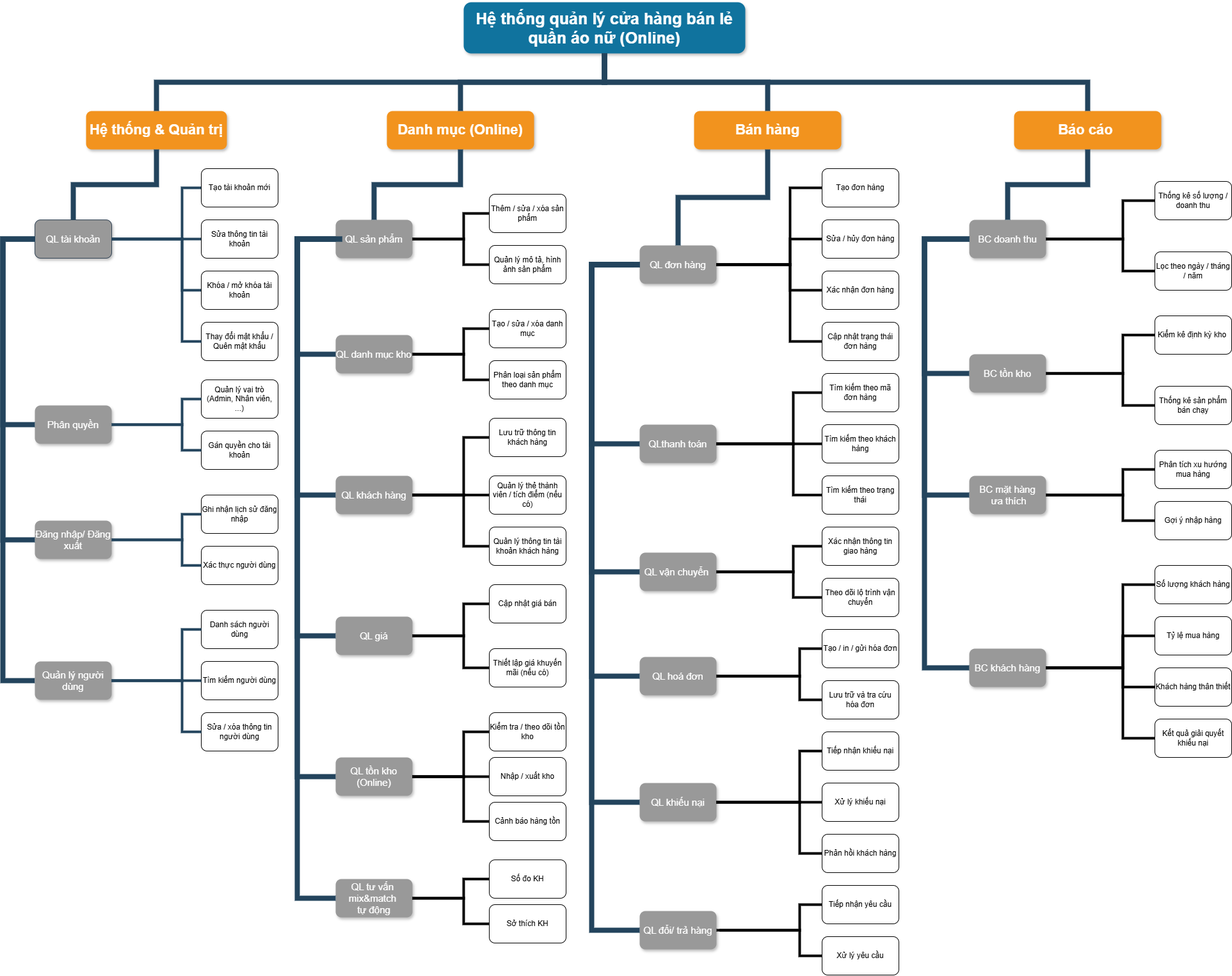
This is clothesShop.drawio.png from Vulien/Diagram, a draw.io export, as it was before one commit. Source tidied: cells renumbered, new cells last; positions are measured from the earlier drawing's top-left corner, leaving out a move shared by most shapes.
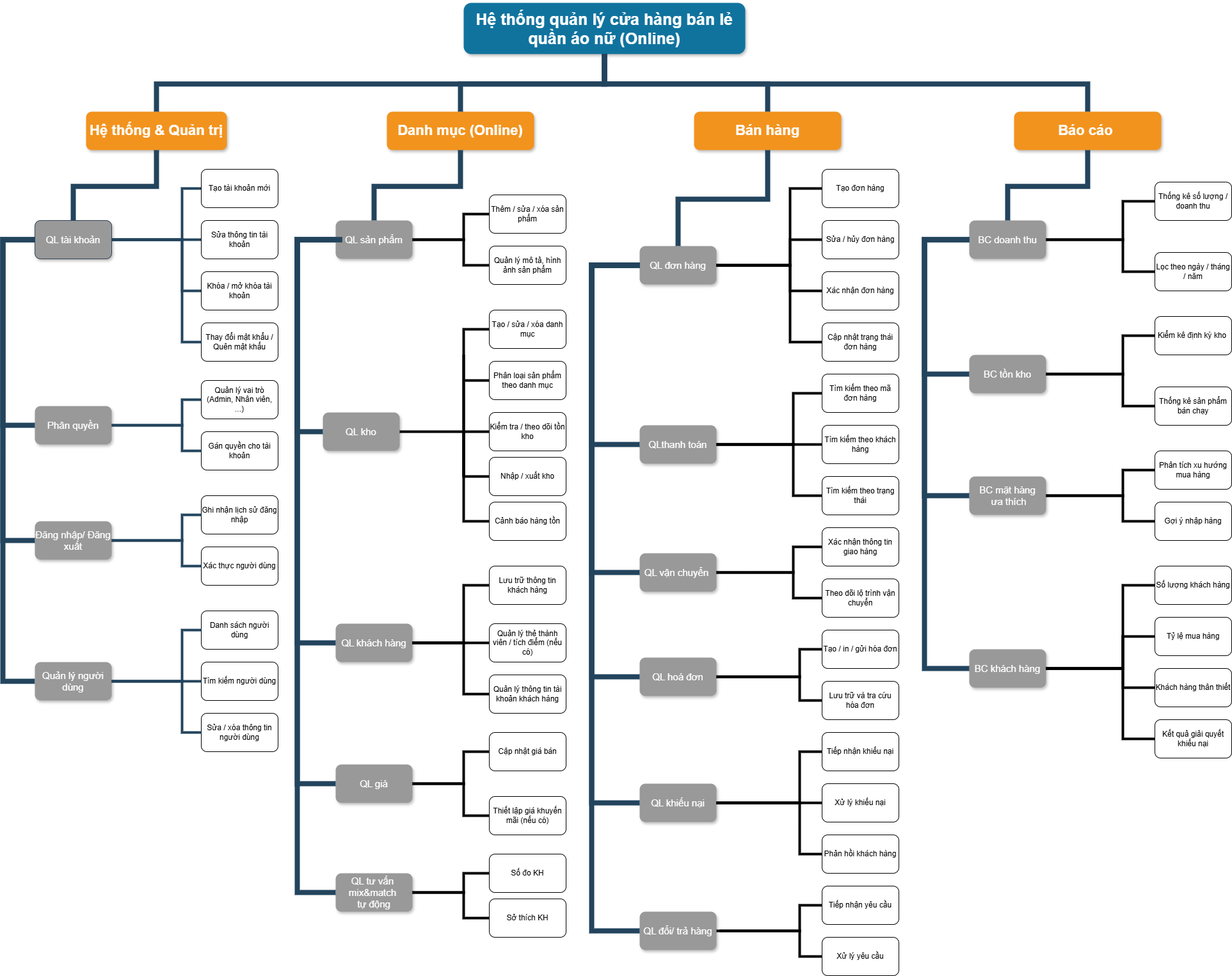
After the commit.

Commit message:
Cập nhật clothesShop.drawio.png

Change to the diagram source:
```diff
@@ -29,18 +29,15 @@
     <mxCell id="10" value="QL sản phẩm" style="whiteSpace=wrap;rounded=1;fillColor=light-dark(#999999, #0e919b);strokeColor=none;shadow=1;fontColor=#FFFFFF;fontSize=15;" parent="1" vertex="1">
       <mxGeometry x="620" y="340" width="120" height="60" as="geometry" />
     </mxCell>
-    <mxCell id="11" value="QL danh mục kho" style="whiteSpace=wrap;rounded=1;fillColor=#999999;strokeColor=none;shadow=1;fontColor=#FFFFFF;fontStyle=0;fontSize=15;" parent="1" vertex="1">
-      <mxGeometry x="620" y="520" width="120" height="60" as="geometry" />
+    <mxCell id="11" value="QL kho" style="whiteSpace=wrap;rounded=1;fillColor=#999999;strokeColor=none;shadow=1;fontColor=#FFFFFF;fontStyle=0;fontSize=15;" parent="1" vertex="1">
+      <mxGeometry x="600" y="640" width="120" height="60" as="geometry" />
     </mxCell>
     <mxCell id="12" value="QL khách hàng" style="whiteSpace=wrap;rounded=1;fillColor=#999999;strokeColor=none;shadow=1;fontColor=#FFFFFF;fontStyle=0;fontSize=15;" parent="1" vertex="1">
-      <mxGeometry x="620" y="740" width="120" height="60" as="geometry" />
+      <mxGeometry x="620" y="970" width="120" height="60" as="geometry" />
     </mxCell>
     <mxCell id="13" value="QL giá" style="whiteSpace=wrap;rounded=1;fillColor=#999999;strokeColor=none;shadow=1;fontColor=#FFFFFF;fontStyle=0;fontSize=15;" parent="1" vertex="1">
-      <mxGeometry x="620" y="960" width="120" height="60" as="geometry" />
+      <mxGeometry x="620" y="1190" width="120" height="60" as="geometry" />
     </mxCell>
-    <mxCell id="14" value="QL tồn kho (Online)" style="whiteSpace=wrap;rounded=1;fillColor=#999999;strokeColor=none;shadow=1;fontColor=#FFFFFF;fontStyle=0;fontSize=15;" parent="1" vertex="1">
-      <mxGeometry x="620" y="1180" width="120" height="60" as="geometry" />
-    </mxCell>
     <mxCell id="15" style="edgeStyle=elbowEdgeStyle;elbow=vertical;rounded=0;fontColor=#000000;endArrow=none;endFill=0;strokeWidth=8;strokeColor=#23445D;" parent="1" edge="1" source="3" target="7">
       <mxGeometry relative="1" as="geometry" />
     </mxCell>
@@ -88,16 +85,6 @@
         </Array>
       </mxGeometry>
     </mxCell>
-    <mxCell id="21" style="edgeStyle=elbowEdgeStyle;elbow=horizontal;rounded=0;fontColor=#000000;endArrow=none;endFill=0;strokeWidth=8;strokeColor=#23445D;" parent="1" edge="1" source="10" target="14">
-      <mxGeometry relative="1" as="geometry">
-        <Array as="points">
-          <mxPoint x="560" y="490" />
-          <mxPoint x="580" y="560" />
-          <mxPoint x="880" y="940" />
-          <mxPoint x="800" y="1150" />
-        </Array>
-      </mxGeometry>
-    </mxCell>
     <mxCell id="22" style="edgeStyle=elbowEdgeStyle;elbow=horizontal;rounded=0;fontColor=#000000;endArrow=none;endFill=0;strokeWidth=8;strokeColor=#23445D;" parent="1" edge="1" target="13">
       <mxGeometry relative="1" as="geometry">
         <mxPoint x="630" y="370" as="sourcePoint" />
@@ -281,6 +268,7 @@
     <mxCell id="61" style="endArrow=none;html=1;rounded=0;exitX=1;exitY=0.5;exitDx=0;exitDy=0;strokeWidth=4;entryX=0;entryY=0.5;entryDx=0;entryDy=0;" parent="1" edge="1" source="11" target="63">
       <mxGeometry relative="1" as="geometry">
         <Array as="points">
+          <mxPoint x="820" y="670" />
           <mxPoint x="820" y="550" />
           <mxPoint x="820" y="510" />
         </Array>
@@ -288,7 +276,7 @@
     </mxCell>
     <mxCell id="62" style="endArrow=none;html=1;rounded=0;strokeWidth=4;entryX=0;entryY=0.5;entryDx=0;entryDy=0;" parent="1" edge="1" target="64">
       <mxGeometry relative="1" as="geometry">
-        <mxPoint x="740" y="550" as="sourcePoint" />
+        <mxPoint x="820" y="670" as="sourcePoint" />
         <Array as="points">
           <mxPoint x="820" y="550" />
           <mxPoint x="820" y="590" />
@@ -304,77 +292,80 @@
     <mxCell id="65" style="endArrow=none;html=1;rounded=0;strokeWidth=4;exitX=1;exitY=0.5;exitDx=0;exitDy=0;" parent="1" edge="1" source="12" target="68">
       <mxGeometry relative="1" as="geometry">
         <Array as="points">
-          <mxPoint x="820" y="770" />
+          <mxPoint x="820" y="1000" />
         </Array>
       </mxGeometry>
     </mxCell>
     <mxCell id="66" style="endArrow=none;html=1;rounded=0;strokeWidth=4;exitX=1;exitY=0.5;exitDx=0;exitDy=0;entryX=0;entryY=0.5;entryDx=0;entryDy=0;" parent="1" edge="1" source="12" target="67">
       <mxGeometry relative="1" as="geometry">
         <Array as="points">
-          <mxPoint x="820" y="770" />
-          <mxPoint x="820" y="680" />
+          <mxPoint x="820" y="1000" />
+          <mxPoint x="820" y="910" />
         </Array>
       </mxGeometry>
     </mxCell>
     <mxCell id="67" value="Lưu trữ thông tin khách hàng" style="rounded=1;whiteSpace=wrap;html=1;" parent="1" vertex="1">
-      <mxGeometry x="860" y="650" width="120" height="60" as="geometry" />
+      <mxGeometry x="860" y="880" width="120" height="60" as="geometry" />
     </mxCell>
     <mxCell id="68" value="Quản lý thẻ thành viên / tích điểm (nếu có)" style="rounded=1;whiteSpace=wrap;html=1;" parent="1" vertex="1">
-      <mxGeometry x="860" y="740" width="120" height="60" as="geometry" />
+      <mxGeometry x="860" y="970" width="120" height="60" as="geometry" />
     </mxCell>
     <mxCell id="69" style="endArrow=none;html=1;rounded=0;exitX=1;exitY=0.5;exitDx=0;exitDy=0;strokeWidth=4;entryX=0;entryY=0.5;entryDx=0;entryDy=0;" parent="1" edge="1" source="13" target="71">
       <mxGeometry relative="1" as="geometry">
         <Array as="points">
-          <mxPoint x="820" y="990" />
-          <mxPoint x="820" y="940" />
+          <mxPoint x="820" y="1220" />
+          <mxPoint x="820" y="1170" />
         </Array>
       </mxGeometry>
     </mxCell>
     <mxCell id="70" style="endArrow=none;html=1;rounded=0;exitX=1;exitY=0.5;exitDx=0;exitDy=0;strokeWidth=4;entryX=0;entryY=0.5;entryDx=0;entryDy=0;" parent="1" edge="1" source="13" target="72">
       <mxGeometry relative="1" as="geometry">
         <Array as="points">
-          <mxPoint x="820" y="990" />
-          <mxPoint x="820" y="1040" />
+          <mxPoint x="820" y="1220" />
+          <mxPoint x="820" y="1270" />
         </Array>
       </mxGeometry>
     </mxCell>
     <mxCell id="71" value="Cập nhật giá bán" style="rounded=1;whiteSpace=wrap;html=1;" parent="1" vertex="1">
-      <mxGeometry x="860" y="910" width="120" height="60" as="geometry" />
+      <mxGeometry x="860" y="1140" width="120" height="60" as="geometry" />
     </mxCell>
     <mxCell id="72" value="Thiết lập giá khuyến mãi (nếu có)" style="rounded=1;whiteSpace=wrap;html=1;" parent="1" vertex="1">
-      <mxGeometry x="860" y="1010" width="120" height="60" as="geometry" />
+      <mxGeometry x="860" y="1240" width="120" height="60" as="geometry" />
     </mxCell>
-    <mxCell id="73" style="endArrow=none;html=1;rounded=0;strokeWidth=4;exitX=1;exitY=0.5;exitDx=0;exitDy=0;entryX=0;entryY=0.5;entryDx=0;entryDy=0;" parent="1" edge="1" source="14" target="78">
+    <mxCell id="73" style="endArrow=none;html=1;rounded=0;strokeWidth=4;entryX=0;entryY=0.5;entryDx=0;entryDy=0;" parent="1" edge="1" target="78">
       <mxGeometry relative="1" as="geometry">
+        <mxPoint x="820" y="670" as="sourcePoint" />
         <Array as="points">
-          <mxPoint x="820" y="1210" />
-          <mxPoint x="820" y="1280" />
+          <mxPoint x="820" y="740" />
+          <mxPoint x="820" y="810" />
         </Array>
       </mxGeometry>
     </mxCell>
-    <mxCell id="74" style="endArrow=none;html=1;rounded=0;exitX=1;exitY=0.5;exitDx=0;exitDy=0;strokeWidth=4;entryX=0;entryY=0.5;entryDx=0;entryDy=0;" parent="1" edge="1" source="14" target="76">
+    <mxCell id="74" style="endArrow=none;html=1;rounded=0;strokeWidth=4;entryX=0;entryY=0.5;entryDx=0;entryDy=0;" parent="1" edge="1" target="76">
       <mxGeometry relative="1" as="geometry">
+        <mxPoint x="820" y="670" as="sourcePoint" />
         <Array as="points">
-          <mxPoint x="820" y="1210" />
-          <mxPoint x="820" y="1140" />
+          <mxPoint x="820" y="740" />
+          <mxPoint x="820" y="670" />
         </Array>
       </mxGeometry>
     </mxCell>
-    <mxCell id="75" style="endArrow=none;html=1;rounded=0;strokeWidth=4;exitX=1;exitY=0.5;exitDx=0;exitDy=0;entryX=0;entryY=0.5;entryDx=0;entryDy=0;" parent="1" edge="1" source="14" target="77">
+    <mxCell id="75" style="endArrow=none;html=1;rounded=0;strokeWidth=4;entryX=0;entryY=0.5;entryDx=0;entryDy=0;" parent="1" edge="1" target="77">
       <mxGeometry relative="1" as="geometry">
+        <mxPoint x="820" y="670" as="sourcePoint" />
         <Array as="points">
-          <mxPoint x="820" y="1210" />
+          <mxPoint x="820" y="740" />
         </Array>
       </mxGeometry>
     </mxCell>
     <mxCell id="76" value="Kiểm tra / theo dõi tồn kho" style="rounded=1;whiteSpace=wrap;html=1;" parent="1" vertex="1">
-      <mxGeometry x="860" y="1110" width="120" height="60" as="geometry" />
+      <mxGeometry x="860" y="640" width="120" height="60" as="geometry" />
     </mxCell>
     <mxCell id="77" value="Nhập / xuất kho" style="rounded=1;whiteSpace=wrap;html=1;" parent="1" vertex="1">
-      <mxGeometry x="860" y="1180" width="120" height="60" as="geometry" />
+      <mxGeometry x="860" y="710" width="120" height="60" as="geometry" />
     </mxCell>
     <mxCell id="78" value="Cảnh báo hàng tồn" style="rounded=1;whiteSpace=wrap;html=1;" parent="1" vertex="1">
-      <mxGeometry x="860" y="1250" width="120" height="60" as="geometry" />
+      <mxGeometry x="860" y="780" width="120" height="60" as="geometry" />
     </mxCell>
     <mxCell id="79" value="Tạo đơn hàng" style="rounded=1;whiteSpace=wrap;html=1;" parent="1" vertex="1">
       <mxGeometry x="1380" y="260" width="120" height="60" as="geometry" />
@@ -605,13 +596,13 @@
       </mxGeometry>
     </mxCell>
     <mxCell id="122" value="&lt;span&gt;Quản lý thông tin tài khoản khách hàng&lt;/span&gt;" style="rounded=1;whiteSpace=wrap;html=1;" parent="1" vertex="1">
-      <mxGeometry x="860" y="820" width="120" height="60" as="geometry" />
+      <mxGeometry x="860" y="1050" width="120" height="60" as="geometry" />
     </mxCell>
     <mxCell id="123" style="endArrow=none;html=1;rounded=0;strokeWidth=4;exitX=1;exitY=0.5;exitDx=0;exitDy=0;entryX=0;entryY=0.5;entryDx=0;entryDy=0;" parent="1" edge="1" source="12" target="122">
       <mxGeometry relative="1" as="geometry">
         <Array as="points">
-          <mxPoint x="820" y="770" />
-          <mxPoint x="820" y="850" />
+          <mxPoint x="820" y="1000" />
+          <mxPoint x="820" y="1080" />
         </Array>
       </mxGeometry>
     </mxCell>
@@ -710,34 +701,35 @@
       </mxGeometry>
     </mxCell>
     <mxCell id="140" value="QL tư vấn   mix&amp;match  &#10;tự động" style="whiteSpace=wrap;rounded=1;fillColor=#999999;strokeColor=none;shadow=1;fontColor=#FFFFFF;fontStyle=0;fontSize=15;" parent="1" vertex="1">
-      <mxGeometry x="620" y="1370" width="120" height="60" as="geometry" />
+      <mxGeometry x="620" y="1360" width="120" height="60" as="geometry" />
     </mxCell>
     <mxCell id="141" style="endArrow=none;html=1;rounded=0;exitX=1;exitY=0.5;exitDx=0;exitDy=0;strokeWidth=4;entryX=0;entryY=0.5;entryDx=0;entryDy=0;" parent="1" edge="1" source="140" target="143">
       <mxGeometry relative="1" as="geometry">
         <Array as="points">
-          <mxPoint x="820" y="1400" />
-          <mxPoint x="820" y="1370" />
+          <mxPoint x="820" y="1390" />
+          <mxPoint x="820" y="1360" />
         </Array>
       </mxGeometry>
     </mxCell>
     <mxCell id="142" style="endArrow=none;html=1;rounded=0;strokeWidth=4;exitX=1;exitY=0.5;exitDx=0;exitDy=0;entryX=0;entryY=0.5;entryDx=0;entryDy=0;" parent="1" edge="1" source="140" target="144">
       <mxGeometry relative="1" as="geometry">
         <Array as="points">
-          <mxPoint x="820" y="1400" />
-          <mxPoint x="820" y="1440" />
+          <mxPoint x="820" y="1390" />
+          <mxPoint x="820" y="1430" />
         </Array>
       </mxGeometry>
     </mxCell>
     <mxCell id="143" value="Số đo KH" style="rounded=1;whiteSpace=wrap;html=1;" parent="1" vertex="1">
-      <mxGeometry x="860" y="1340" width="120" height="60" as="geometry" />
+      <mxGeometry x="860" y="1330" width="120" height="60" as="geometry" />
     </mxCell>
     <mxCell id="144" value="Sở thích KH" style="rounded=1;whiteSpace=wrap;html=1;" parent="1" vertex="1">
-      <mxGeometry x="860" y="1410" width="120" height="60" as="geometry" />
+      <mxGeometry x="860" y="1400" width="120" height="60" as="geometry" />
     </mxCell>
     <mxCell id="145" style="edgeStyle=elbowEdgeStyle;elbow=horizontal;rounded=0;fontColor=#000000;endArrow=none;endFill=0;strokeWidth=8;strokeColor=#23445D;entryX=0;entryY=0.5;entryDx=0;entryDy=0;" parent="1" edge="1" target="140">
       <mxGeometry relative="1" as="geometry">
         <mxPoint x="620" y="370" as="sourcePoint" />
         <Array as="points">
+          <mxPoint x="560" y="860" />
           <mxPoint x="560" y="500" />
           <mxPoint x="580" y="570" />
           <mxPoint x="880" y="950" />
```
